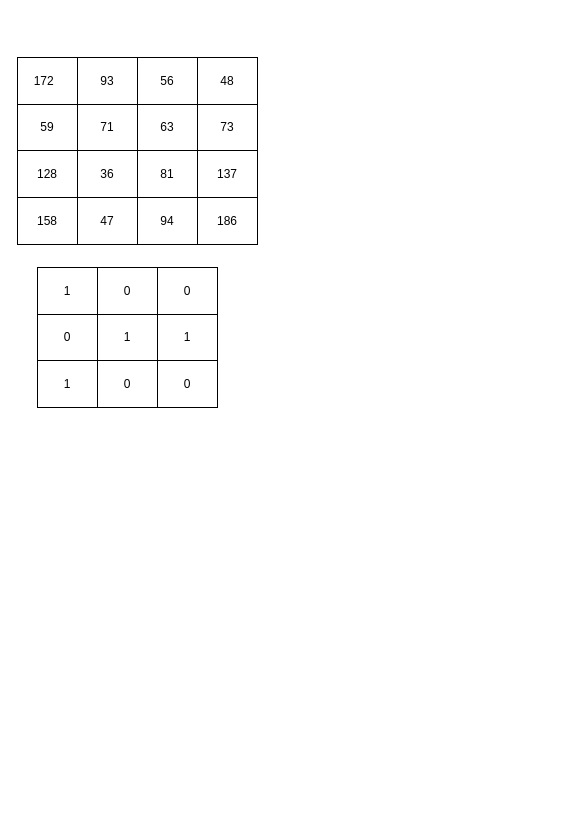
Earlier version of the draw.io diagram Diagram bez názvu.drawio (martez10/antikvariat). Source tidied: cells renumbered, new cells numbered last; positions are measured from the earlier drawing's top-left corner, leaving out a move shared by most shapes. Both pictures are drawn from the tidied source at 100%, with x=0, y=0 at pixel (17, 57).
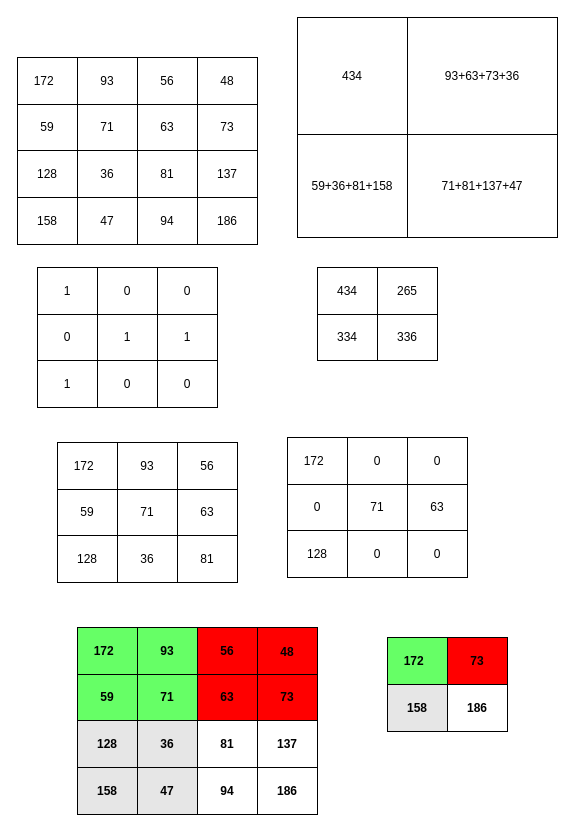
Above is the later version.

Diff of the diagram source:
```diff
@@
+    <mxCell id="36" value="172&lt;span style=&quot;white-space: pre;&quot;&gt;&#9;&lt;/span&gt;" style="strokeColor=inherit;fillColor=none;align=center;whiteSpace=wrap;html=1;" parent="1" vertex="1">
+      <mxGeometry x="40" y="385" width="60" height="47" as="geometry" />
+    </mxCell>
+    <mxCell id="37" value="93" style="strokeColor=inherit;fillColor=none;align=center;whiteSpace=wrap;html=1;" parent="1" vertex="1">
+      <mxGeometry x="100" y="385" width="60" height="47" as="geometry" />
+    </mxCell>
+    <mxCell id="38" value="56" style="strokeColor=inherit;fillColor=none;align=center;whiteSpace=wrap;html=1;" parent="1" vertex="1">
+      <mxGeometry x="160" y="385" width="60" height="47" as="geometry" />
+    </mxCell>
+    <mxCell id="39" value="59" style="strokeColor=inherit;fillColor=none;align=center;whiteSpace=wrap;html=1;" parent="1" vertex="1">
+      <mxGeometry x="40" y="432" width="60" height="46" as="geometry" />
+    </mxCell>
+    <mxCell id="40" value="71" style="strokeColor=inherit;fillColor=none;align=center;whiteSpace=wrap;html=1;" parent="1" vertex="1">
+      <mxGeometry x="100" y="432" width="60" height="46" as="geometry" />
+    </mxCell>
+    <mxCell id="41" value="63" style="strokeColor=inherit;fillColor=none;align=center;whiteSpace=wrap;html=1;" parent="1" vertex="1">
+      <mxGeometry x="160" y="432" width="60" height="46" as="geometry" />
+    </mxCell>
+    <mxCell id="42" value="128" style="strokeColor=inherit;fillColor=none;align=center;whiteSpace=wrap;html=1;" parent="1" vertex="1">
+      <mxGeometry x="40" y="478" width="60" height="47" as="geometry" />
+    </mxCell>
+    <mxCell id="43" value="36" style="strokeColor=inherit;fillColor=none;align=center;whiteSpace=wrap;html=1;" parent="1" vertex="1">
+      <mxGeometry x="100" y="478" width="60" height="47" as="geometry" />
+    </mxCell>
+    <mxCell id="44" value="81" style="strokeColor=inherit;fillColor=none;align=center;whiteSpace=wrap;html=1;" parent="1" vertex="1">
+      <mxGeometry x="160" y="478" width="60" height="47" as="geometry" />
+    </mxCell>
+    <mxCell id="45" value="172&lt;span style=&quot;white-space: pre;&quot;&gt;&#9;&lt;/span&gt;" style="strokeColor=inherit;fillColor=none;align=center;whiteSpace=wrap;html=1;" parent="1" vertex="1">
+      <mxGeometry x="270" y="380" width="60" height="47" as="geometry" />
+    </mxCell>
+    <mxCell id="46" value="0" style="strokeColor=inherit;fillColor=none;align=center;whiteSpace=wrap;html=1;" parent="1" vertex="1">
+      <mxGeometry x="330" y="380" width="60" height="47" as="geometry" />
+    </mxCell>
+    <mxCell id="47" value="0" style="strokeColor=inherit;fillColor=none;align=center;whiteSpace=wrap;html=1;" parent="1" vertex="1">
+      <mxGeometry x="390" y="380" width="60" height="47" as="geometry" />
+    </mxCell>
+    <mxCell id="48" value="0" style="strokeColor=inherit;fillColor=none;align=center;whiteSpace=wrap;html=1;" parent="1" vertex="1">
+      <mxGeometry x="270" y="427" width="60" height="46" as="geometry" />
+    </mxCell>
+    <mxCell id="49" value="71" style="strokeColor=inherit;fillColor=none;align=center;whiteSpace=wrap;html=1;" parent="1" vertex="1">
+      <mxGeometry x="330" y="427" width="60" height="46" as="geometry" />
+    </mxCell>
+    <mxCell id="50" value="63" style="strokeColor=inherit;fillColor=none;align=center;whiteSpace=wrap;html=1;" parent="1" vertex="1">
+      <mxGeometry x="390" y="427" width="60" height="46" as="geometry" />
+    </mxCell>
+    <mxCell id="51" value="128" style="strokeColor=inherit;fillColor=none;align=center;whiteSpace=wrap;html=1;" parent="1" vertex="1">
+      <mxGeometry x="270" y="473" width="60" height="47" as="geometry" />
+    </mxCell>
+    <mxCell id="52" value="0" style="strokeColor=inherit;fillColor=none;align=center;whiteSpace=wrap;html=1;" parent="1" vertex="1">
+      <mxGeometry x="330" y="473" width="60" height="47" as="geometry" />
+    </mxCell>
+    <mxCell id="53" value="0" style="strokeColor=inherit;fillColor=none;align=center;whiteSpace=wrap;html=1;" parent="1" vertex="1">
+      <mxGeometry x="390" y="473" width="60" height="47" as="geometry" />
+    </mxCell>
+    <mxCell id="54" value="434" style="strokeColor=inherit;fillColor=none;align=center;whiteSpace=wrap;html=1;" parent="1" vertex="1">
+      <mxGeometry x="300" y="210" width="60" height="47" as="geometry" />
+    </mxCell>
+    <mxCell id="55" value="265" style="strokeColor=inherit;fillColor=none;align=center;whiteSpace=wrap;html=1;" parent="1" vertex="1">
+      <mxGeometry x="360" y="210" width="60" height="47" as="geometry" />
+    </mxCell>
+    <mxCell id="56" value="334" style="strokeColor=inherit;fillColor=none;align=center;whiteSpace=wrap;html=1;" parent="1" vertex="1">
+      <mxGeometry x="300" y="257" width="60" height="46" as="geometry" />
+    </mxCell>
+    <mxCell id="57" value="336" style="strokeColor=inherit;fillColor=none;align=center;whiteSpace=wrap;html=1;" parent="1" vertex="1">
+      <mxGeometry x="360" y="257" width="60" height="46" as="geometry" />
+    </mxCell>
+    <mxCell id="58" value="434" style="strokeColor=inherit;fillColor=none;align=center;whiteSpace=wrap;html=1;" parent="1" vertex="1">
+      <mxGeometry x="280" y="-40" width="110" height="117" as="geometry" />
+    </mxCell>
+    <mxCell id="59" value="93+63+73+36" style="strokeColor=inherit;fillColor=none;align=center;whiteSpace=wrap;html=1;" parent="1" vertex="1">
+      <mxGeometry x="390" y="-40" width="150" height="117" as="geometry" />
+    </mxCell>
+    <mxCell id="60" value="59+36+81+158" style="strokeColor=inherit;fillColor=none;align=center;whiteSpace=wrap;html=1;" parent="1" vertex="1">
+      <mxGeometry x="280" y="77" width="110" height="103" as="geometry" />
+    </mxCell>
+    <mxCell id="61" value="71+81+137+47" style="strokeColor=inherit;fillColor=none;align=center;whiteSpace=wrap;html=1;" parent="1" vertex="1">
+      <mxGeometry x="390" y="77" width="150" height="103" as="geometry" />
+    </mxCell>
+    <mxCell id="62" style="childLayout=tableLayout;shadow=0;fillColor=none;" parent="1" vertex="1">
+      <mxGeometry x="60" y="570" width="180" height="140" as="geometry" />
+    </mxCell>
+    <mxCell id="63" style="shape=tableRow;horizontal=0;startSize=0;swimlaneHead=0;swimlaneBody=0;top=0;left=0;bottom=0;right=0;fontStyle=0;fillColor=none;strokeColor=inherit;" parent="62" vertex="1">
+      <mxGeometry width="180" height="47" as="geometry" />
+    </mxCell>
+    <mxCell id="64" value="&lt;b&gt;172&lt;span style=&quot;white-space: pre;&quot;&gt;&#9;&lt;/span&gt;&lt;/b&gt;" style="strokeColor=inherit;fillColor=#66FF66;align=center;whiteSpace=wrap;html=1;" parent="63" vertex="1">
+      <mxGeometry width="60" height="47" as="geometry" />
+    </mxCell>
+    <mxCell id="65" value="&lt;b&gt;93&lt;/b&gt;" style="strokeColor=inherit;fillColor=#66FF66;align=center;whiteSpace=wrap;html=1;" parent="63" vertex="1">
+      <mxGeometry x="60" width="60" height="47" as="geometry" />
+    </mxCell>
+    <mxCell id="66" value="&lt;b&gt;56&lt;/b&gt;" style="strokeColor=inherit;fillColor=#FF0000;align=center;whiteSpace=wrap;html=1;" parent="63" vertex="1">
+      <mxGeometry x="120" width="60" height="47" as="geometry" />
+    </mxCell>
+    <mxCell id="67" style="shape=tableRow;horizontal=0;startSize=0;swimlaneHead=0;swimlaneBody=0;top=0;left=0;bottom=0;right=0;fontStyle=0;fillColor=none;strokeColor=inherit;" parent="62" vertex="1">
+      <mxGeometry y="47" width="180" height="46" as="geometry" />
+    </mxCell>
+    <mxCell id="68" value="&lt;b&gt;59&lt;/b&gt;" style="strokeColor=inherit;fillColor=#66FF66;align=center;whiteSpace=wrap;html=1;" parent="67" vertex="1">
+      <mxGeometry width="60" height="46" as="geometry" />
+    </mxCell>
+    <mxCell id="69" value="&lt;b&gt;71&lt;/b&gt;" style="strokeColor=inherit;fillColor=#66FF66;align=center;whiteSpace=wrap;html=1;" parent="67" vertex="1">
+      <mxGeometry x="60" width="60" height="46" as="geometry" />
+    </mxCell>
+    <mxCell id="70" value="&lt;b&gt;63&lt;/b&gt;" style="strokeColor=inherit;fillColor=#FF0000;align=center;whiteSpace=wrap;html=1;" parent="67" vertex="1">
+      <mxGeometry x="120" width="60" height="46" as="geometry" />
+    </mxCell>
+    <mxCell id="71" style="shape=tableRow;horizontal=0;startSize=0;swimlaneHead=0;swimlaneBody=0;top=0;left=0;bottom=0;right=0;fontStyle=0;fillColor=none;strokeColor=inherit;" parent="62" vertex="1">
+      <mxGeometry y="93" width="180" height="47" as="geometry" />
+    </mxCell>
+    <mxCell id="72" value="&lt;b&gt;128&lt;/b&gt;" style="strokeColor=inherit;fillColor=#E6E6E6;align=center;whiteSpace=wrap;html=1;" parent="71" vertex="1">
+      <mxGeometry width="60" height="47" as="geometry" />
+    </mxCell>
+    <mxCell id="73" value="&lt;b&gt;36&lt;/b&gt;" style="strokeColor=inherit;fillColor=#E6E6E6;align=center;whiteSpace=wrap;html=1;" parent="71" vertex="1">
+      <mxGeometry x="60" width="60" height="47" as="geometry" />
+    </mxCell>
+    <mxCell id="74" value="&lt;b&gt;81&lt;/b&gt;" style="strokeColor=inherit;fillColor=none;align=center;whiteSpace=wrap;html=1;" parent="71" vertex="1">
+      <mxGeometry x="120" width="60" height="47" as="geometry" />
+    </mxCell>
+    <mxCell id="75" value="&lt;b&gt;137&lt;/b&gt;" style="strokeColor=inherit;fillColor=none;align=center;whiteSpace=wrap;html=1;" parent="1" vertex="1">
+      <mxGeometry x="240" y="663" width="60" height="47" as="geometry" />
+    </mxCell>
+    <mxCell id="76" value="&lt;b&gt;48&lt;/b&gt;" style="strokeColor=inherit;fillColor=#FF0000;align=center;whiteSpace=wrap;html=1;" parent="1" vertex="1">
+      <mxGeometry x="240" y="570" width="60" height="50" as="geometry" />
+    </mxCell>
+    <mxCell id="77" value="&lt;b&gt;73&lt;/b&gt;" style="strokeColor=inherit;fillColor=#FF0000;align=center;whiteSpace=wrap;html=1;" parent="1" vertex="1">
+      <mxGeometry x="240" y="617" width="60" height="46" as="geometry" />
+    </mxCell>
+    <mxCell id="78" style="shape=tableRow;horizontal=0;startSize=0;swimlaneHead=0;swimlaneBody=0;top=0;left=0;bottom=0;right=0;fontStyle=0;fillColor=none;strokeColor=inherit;" parent="1" vertex="1">
+      <mxGeometry x="60" y="710" width="180" height="47" as="geometry" />
+    </mxCell>
+    <mxCell id="79" value="&lt;b&gt;158&lt;/b&gt;" style="strokeColor=inherit;fillColor=#E6E6E6;align=center;whiteSpace=wrap;html=1;" parent="78" vertex="1">
+      <mxGeometry width="60" height="47" as="geometry" />
+    </mxCell>
+    <mxCell id="80" value="&lt;b&gt;47&lt;/b&gt;" style="strokeColor=inherit;fillColor=#E6E6E6;align=center;whiteSpace=wrap;html=1;" parent="78" vertex="1">
+      <mxGeometry x="60" width="60" height="47" as="geometry" />
+    </mxCell>
+    <mxCell id="81" value="&lt;b&gt;94&lt;/b&gt;" style="strokeColor=inherit;fillColor=none;align=center;whiteSpace=wrap;html=1;" parent="78" vertex="1">
+      <mxGeometry x="120" width="60" height="47" as="geometry" />
+    </mxCell>
+    <mxCell id="82" value="&lt;b&gt;186&lt;/b&gt;" style="strokeColor=inherit;fillColor=none;align=center;whiteSpace=wrap;html=1;" parent="1" vertex="1">
+      <mxGeometry x="240" y="710" width="60" height="47" as="geometry" />
+    </mxCell>
+    <mxCell id="83" value="&lt;b&gt;172&lt;span style=&quot;white-space: pre;&quot;&gt;&#9;&lt;/span&gt;&lt;/b&gt;" style="strokeColor=inherit;fillColor=#66FF66;align=center;whiteSpace=wrap;html=1;" parent="1" vertex="1">
+      <mxGeometry x="370" y="580" width="60" height="47" as="geometry" />
+    </mxCell>
+    <mxCell id="84" value="&lt;b&gt;73&lt;/b&gt;" style="strokeColor=inherit;fillColor=#FF0000;align=center;whiteSpace=wrap;html=1;" parent="1" vertex="1">
+      <mxGeometry x="430" y="580" width="60" height="47" as="geometry" />
+    </mxCell>
+    <mxCell id="85" value="&lt;b&gt;158&lt;/b&gt;" style="strokeColor=inherit;fillColor=#E6E6E6;align=center;whiteSpace=wrap;html=1;" parent="1" vertex="1">
+      <mxGeometry x="370" y="627" width="60" height="47" as="geometry" />
+    </mxCell>
+    <mxCell id="86" value="&lt;b&gt;186&lt;/b&gt;" style="strokeColor=inherit;fillColor=none;align=center;whiteSpace=wrap;html=1;" parent="1" vertex="1">
+      <mxGeometry x="430" y="627" width="60" height="47" as="geometry" />
+    </mxCell>
```
